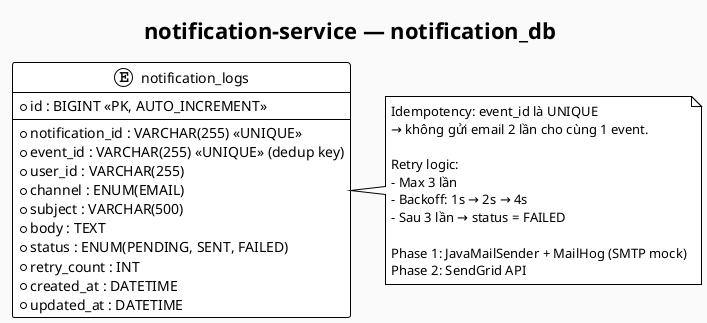
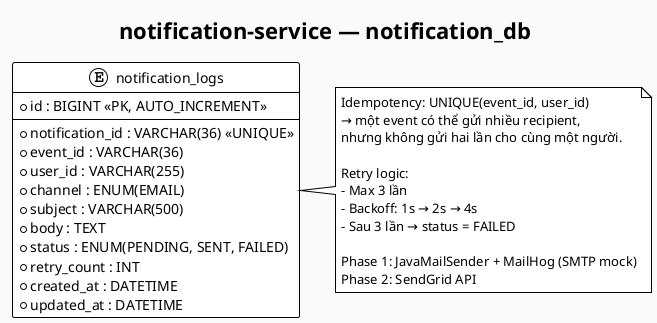
@startuml notification_db Schema
!theme plain
skinparam backgroundColor #FAFAFA
title notification-service — notification_db

entity "notification_logs" as NL {
    * id : BIGINT <<PK, AUTO_INCREMENT>>
    --
-     * notification_id : VARCHAR(255) <<UNIQUE>>
-     * event_id : VARCHAR(255) <<UNIQUE>> (dedup key)
+     * notification_id : VARCHAR(36) <<UNIQUE>>
+     * event_id : VARCHAR(36)
    * user_id : VARCHAR(255)
    * channel : ENUM(EMAIL)
    * subject : VARCHAR(500)
    * body : TEXT
    * status : ENUM(PENDING, SENT, FAILED)
    * retry_count : INT
    * created_at : DATETIME
    * updated_at : DATETIME
}

note right of NL
-   Idempotency: event_id là UNIQUE
-   → không gửi email 2 lần cho cùng 1 event.
+   Idempotency: UNIQUE(event_id, user_id)
+   → một event có thể gửi nhiều recipient,
+   nhưng không gửi hai lần cho cùng một người.

  Retry logic:
  - Max 3 lần
  - Backoff: 1s → 2s → 4s
  - Sau 3 lần → status = FAILED

  Phase 1: JavaMailSender + MailHog (SMTP mock)
  Phase 2: SendGrid API
end note

@enduml
